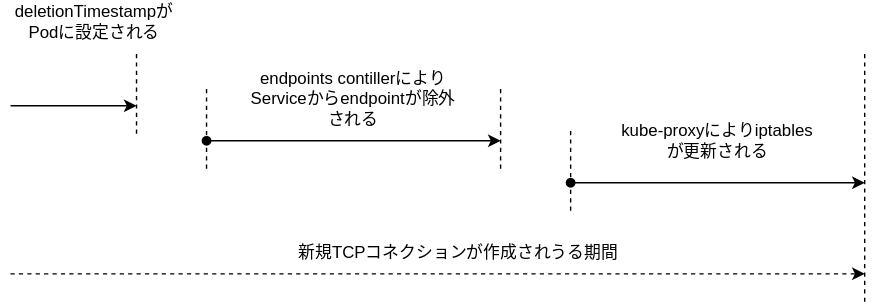
hhiroshell/alpaca-notes keeps this draw.io diagram as articles/images/kubernetes-graceful-shutdown-04.dio.svg. Above is the earlier version. Source tidied: cells renumbered, new cells last; positions are measured from the earlier drawing's top-left corner, leaving out a move shared by most shapes. Source of this version:
```xml
<mxGraphModel>
  <root>
    <mxCell id="0" />
    <mxCell id="1" parent="0" />
    <mxCell id="2" style="endArrow=classic;html=1;" parent="1" edge="1">
      <mxGeometry relative="1" as="geometry">
        <mxPoint y="75" as="sourcePoint" />
        <mxPoint x="90" y="75" as="targetPoint" />
      </mxGeometry>
    </mxCell>
    <mxCell id="3" style="endArrow=none;dashed=1;html=1;" parent="1" edge="1">
      <mxGeometry relative="1" as="geometry">
        <mxPoint x="90" y="95" as="sourcePoint" />
        <mxPoint x="90" y="35" as="targetPoint" />
      </mxGeometry>
    </mxCell>
    <mxCell id="4" value="deletionTimestampがPodに設定される" style="text;html=1;strokeColor=none;fillColor=none;align=center;verticalAlign=middle;whiteSpace=wrap;rounded=0;" parent="1" vertex="1">
      <mxGeometry width="120" height="30" as="geometry" />
    </mxCell>
    <mxCell id="5" style="endArrow=classic;html=1;startArrow=oval;startFill=1;" parent="1" edge="1">
      <mxGeometry relative="1" as="geometry">
        <mxPoint x="140" y="100" as="sourcePoint" />
        <mxPoint x="350" y="100" as="targetPoint" />
      </mxGeometry>
    </mxCell>
    <mxCell id="6" style="endArrow=none;dashed=1;html=1;" parent="1" edge="1">
      <mxGeometry relative="1" as="geometry">
        <mxPoint x="140" y="120" as="sourcePoint" />
        <mxPoint x="140" y="60" as="targetPoint" />
      </mxGeometry>
    </mxCell>
    <mxCell id="7" style="endArrow=none;dashed=1;html=1;" parent="1" edge="1">
      <mxGeometry relative="1" as="geometry">
        <mxPoint x="350" y="120" as="sourcePoint" />
        <mxPoint x="350" y="60" as="targetPoint" />
      </mxGeometry>
    </mxCell>
    <mxCell id="8" value="endpoints contillerにより&lt;br&gt;Serviceからendpointが除外される" style="text;html=1;strokeColor=none;fillColor=none;align=center;verticalAlign=middle;whiteSpace=wrap;rounded=0;" parent="1" vertex="1">
      <mxGeometry x="170" y="55" width="150" height="30" as="geometry" />
    </mxCell>
    <mxCell id="9" style="endArrow=classic;html=1;startArrow=oval;startFill=1;" parent="1" edge="1">
      <mxGeometry relative="1" as="geometry">
        <mxPoint x="400" y="130" as="sourcePoint" />
        <mxPoint x="610" y="130" as="targetPoint" />
      </mxGeometry>
    </mxCell>
    <mxCell id="10" style="endArrow=none;dashed=1;html=1;" parent="1" edge="1">
      <mxGeometry relative="1" as="geometry">
        <mxPoint x="400" y="150" as="sourcePoint" />
        <mxPoint x="400" y="90" as="targetPoint" />
      </mxGeometry>
    </mxCell>
    <mxCell id="11" style="endArrow=none;dashed=1;html=1;" parent="1" edge="1">
      <mxGeometry relative="1" as="geometry">
        <mxPoint x="610" y="215" as="sourcePoint" />
        <mxPoint x="610" y="35" as="targetPoint" />
      </mxGeometry>
    </mxCell>
    <mxCell id="12" value="kube-proxyによりiptablesが更新される" style="text;html=1;strokeColor=none;fillColor=none;align=center;verticalAlign=middle;whiteSpace=wrap;rounded=0;" parent="1" vertex="1">
      <mxGeometry x="430" y="85" width="150" height="30" as="geometry" />
    </mxCell>
    <mxCell id="13" style="endArrow=classic;html=1;dashed=1;" parent="1" edge="1">
      <mxGeometry relative="1" as="geometry">
        <mxPoint y="195" as="sourcePoint" />
        <mxPoint x="610" y="195" as="targetPoint" />
      </mxGeometry>
    </mxCell>
    <mxCell id="14" value="新規TCPコネクションが作成されうる期間" style="text;html=1;strokeColor=none;fillColor=none;align=center;verticalAlign=middle;whiteSpace=wrap;rounded=0;" parent="1" vertex="1">
      <mxGeometry x="180" y="165" width="280" height="30" as="geometry" />
    </mxCell>
  </root>
</mxGraphModel>
```
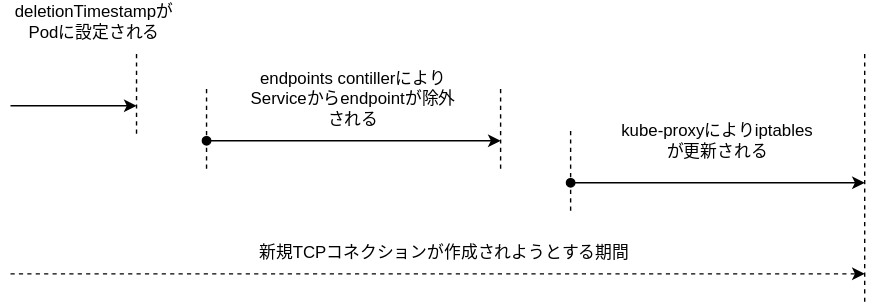
After the change.

The edit, as a diff of the source:
```diff
@@ -65,8 +65,8 @@
         <mxPoint x="610" y="195" as="targetPoint" />
       </mxGeometry>
     </mxCell>
-    <mxCell id="14" value="新規TCPコネクションが作成されうる期間" style="text;html=1;strokeColor=none;fillColor=none;align=center;verticalAlign=middle;whiteSpace=wrap;rounded=0;" parent="1" vertex="1">
-      <mxGeometry x="180" y="165" width="280" height="30" as="geometry" />
+    <mxCell id="14" value="新規TCPコネクションが作成されようとする期間" style="text;html=1;strokeColor=none;fillColor=none;align=center;verticalAlign=middle;whiteSpace=wrap;rounded=0;" parent="1" vertex="1">
+      <mxGeometry x="170" y="165" width="280" height="30" as="geometry" />
     </mxCell>
   </root>
 </mxGraphModel>
```
